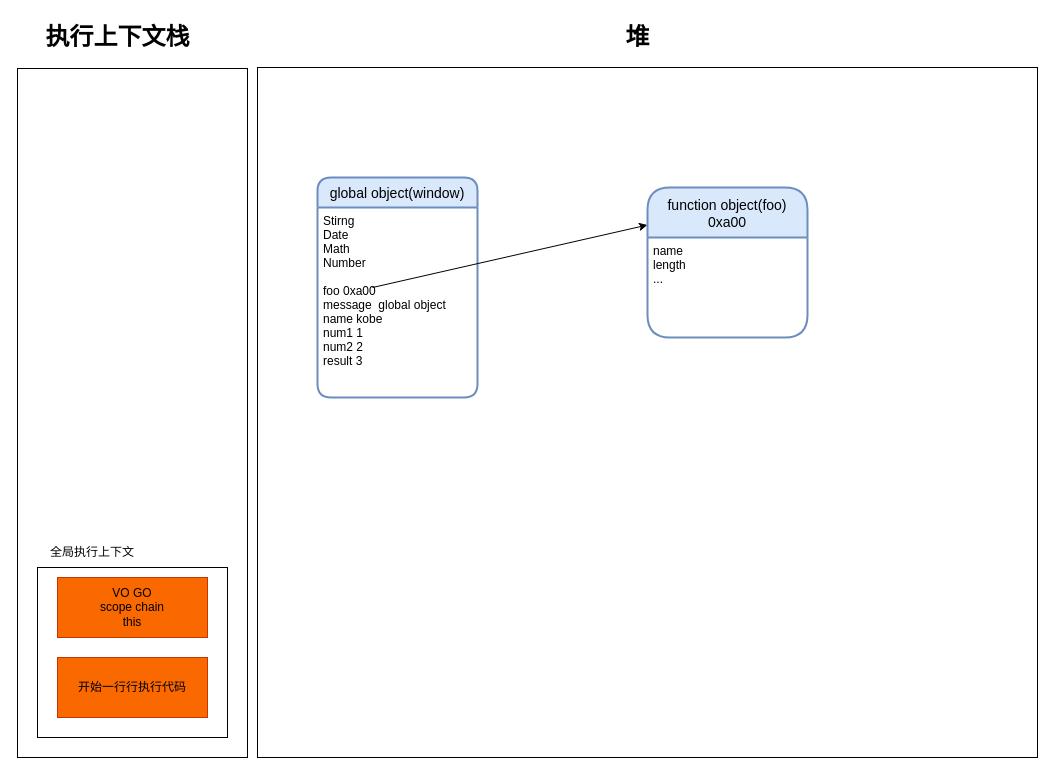
Earlier version of the draw.io diagram page "执行后" (2 of 2) of JavaScript/13_浏览器运行和JS运行原理/drawing/02_函数代码的执行流程.dio (henryzeo/frond-end-study). Source tidied: cells renumbered, new cells numbered last; positions are measured from the earlier drawing's top-left corner, leaving out a move shared by most shapes. Both pictures are drawn from the tidied source at 100%, with x=0, y=0 at pixel (17, 17).
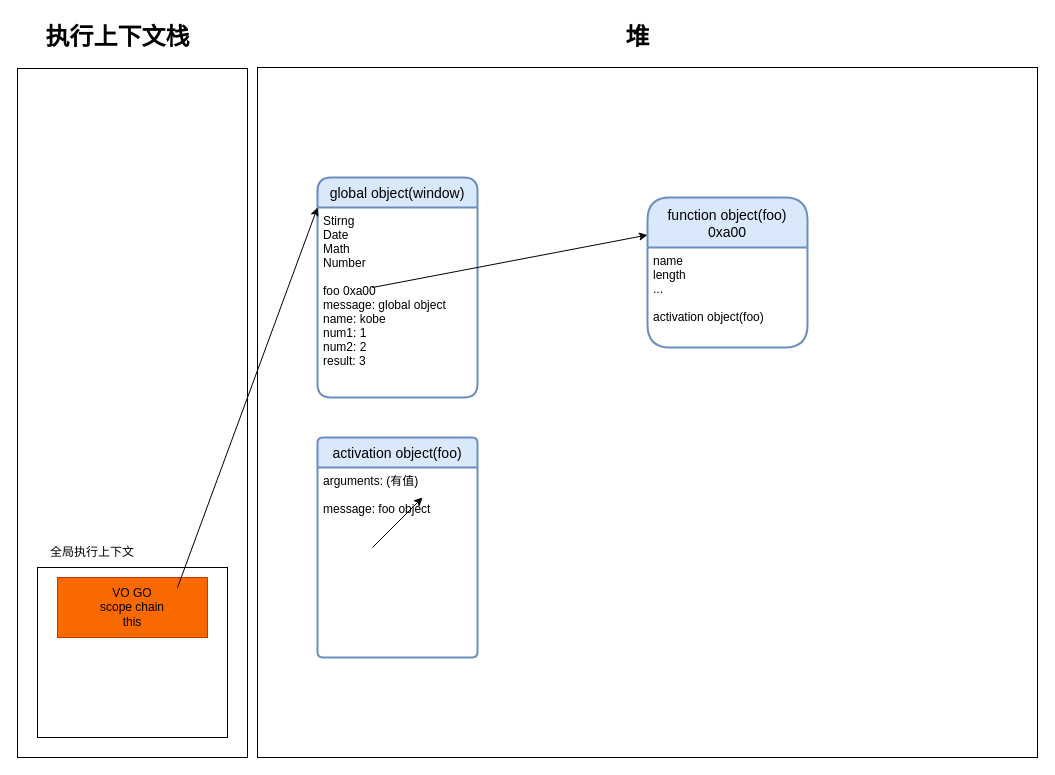
After the change.

What changed in the source:
```diff
@@
-    <mxCell id="0" />
-    <mxCell id="1" parent="0" />
+    <mxCell id="15" />
+    <mxCell id="16" parent="15" />
-    <mxCell id="2" style="rounded=0;whiteSpace=wrap;html=1;" parent="1" vertex="1">
+    <mxCell id="2" style="rounded=0;whiteSpace=wrap;html=1;" parent="16" vertex="1">
       <mxGeometry y="51" width="230" height="689" as="geometry" />
     </mxCell>
-    <mxCell id="3" style="rounded=0;whiteSpace=wrap;html=1;fontStyle=1;" parent="1" vertex="1">
+    <mxCell id="3" style="rounded=0;whiteSpace=wrap;html=1;fontStyle=1;" parent="16" vertex="1">
       <mxGeometry x="240" y="50" width="780" height="690" as="geometry" />
     </mxCell>
-    <mxCell id="4" style="rounded=0;whiteSpace=wrap;html=1;" parent="1" vertex="1">
+    <mxCell id="4" style="rounded=0;whiteSpace=wrap;html=1;" parent="16" vertex="1">
       <mxGeometry x="20" y="550" width="190" height="170" as="geometry" />
     </mxCell>
-    <mxCell id="5" value="global object(window)" style="swimlane;horizontal=1;startSize=30;rounded=1;fontSize=14;fontStyle=0;strokeWidth=2;shadow=0;dashed=0;align=center;fillColor=#dae8fc;strokeColor=#6c8ebf;" parent="1" vertex="1">
+    <mxCell id="5" value="global object(window)" style="swimlane;horizontal=1;startSize=30;rounded=1;fontSize=14;fontStyle=0;strokeWidth=2;shadow=0;dashed=0;align=center;fillColor=#dae8fc;strokeColor=#6c8ebf;" parent="16" vertex="1">
       <mxGeometry x="300" y="160" width="160" height="220" as="geometry" />
     </mxCell>
-    <mxCell id="6" style="endArrow=classic;html=1;entryX=0;entryY=0.25;entryDx=0;entryDy=0;" parent="5" edge="1" target="8">
-      <mxGeometry relative="1" as="geometry">
-        <mxPoint x="55" y="110" as="sourcePoint" />
-      </mxGeometry>
-    </mxCell>
-    <mxCell id="7" value="Stirng&#10;Date&#10;Math&#10;Number&#10;&#10;foo 0xa00&#10;message  global object&#10;name kobe&#10;num1 1&#10;num2 2&#10;result 3" style="align=left;strokeColor=none;fillColor=none;spacingLeft=4;fontSize=12;verticalAlign=top;" parent="5" vertex="1">
-      <mxGeometry y="30" width="160" height="190" as="geometry" />
-    </mxCell>
+    <mxCell id="17" style="endArrow=classic;html=1;entryX=0;entryY=0.25;entryDx=0;entryDy=0;" parent="5" edge="1" target="8">
+      <mxGeometry relative="1" as="geometry">
+        <mxPoint x="55" y="110" as="sourcePoint" />
+      </mxGeometry>
+    </mxCell>
+    <mxCell id="18" value="Stirng&#10;Date&#10;Math&#10;Number&#10;&#10;foo 0xa00&#10;message: global object&#10;name: kobe&#10;num1: 1&#10;num2: 2&#10;result: 3" style="align=left;strokeColor=none;fillColor=none;spacingLeft=4;fontSize=12;verticalAlign=top;" parent="5" vertex="1">
+      <mxGeometry y="30" width="160" height="190" as="geometry" />
+    </mxCell>
-    <mxCell id="8" value="function object(foo)&#10;0xa00" style="swimlane;horizontal=1;startSize=50;rounded=1;fontSize=14;fontStyle=0;strokeWidth=2;shadow=0;dashed=0;align=center;fillColor=#dae8fc;strokeColor=#6c8ebf;" parent="1" vertex="1">
-      <mxGeometry x="630" y="170" width="160" height="150" as="geometry" />
+    <mxCell id="8" value="function object(foo)&#10;0xa00" style="swimlane;horizontal=1;startSize=50;rounded=1;fontSize=14;fontStyle=0;strokeWidth=2;shadow=0;dashed=0;align=center;fillColor=#dae8fc;strokeColor=#6c8ebf;" parent="16" vertex="1">
+      <mxGeometry x="630" y="180" width="160" height="150" as="geometry" />
     </mxCell>
-    <mxCell id="9" value="name&#10;length&#10;..." style="align=left;strokeColor=none;fillColor=none;spacingLeft=4;fontSize=12;verticalAlign=top;" parent="8" vertex="1">
-      <mxGeometry y="50" width="160" height="100" as="geometry" />
-    </mxCell>
+    <mxCell id="19" value="name&#10;length&#10;...&#10;&#10;activation object(foo)" style="align=left;strokeColor=none;fillColor=none;spacingLeft=4;fontSize=12;verticalAlign=top;" parent="8" vertex="1">
+      <mxGeometry y="50" width="160" height="100" as="geometry" />
+    </mxCell>
-    <mxCell id="10" value="执行上下文栈" style="text;strokeColor=none;fillColor=none;html=1;fontSize=24;fontStyle=1;verticalAlign=middle;align=center;" parent="1" vertex="1">
+    <mxCell id="10" value="执行上下文栈" style="text;strokeColor=none;fillColor=none;html=1;fontSize=24;fontStyle=1;verticalAlign=middle;align=center;" parent="16" vertex="1">
       <mxGeometry x="50" width="100" height="40" as="geometry" />
     </mxCell>
-    <mxCell id="11" value="全局执行上下文" style="text;html=1;strokeColor=none;fillColor=none;align=center;verticalAlign=middle;whiteSpace=wrap;rounded=0;" parent="1" vertex="1">
+    <mxCell id="11" value="全局执行上下文" style="text;html=1;strokeColor=none;fillColor=none;align=center;verticalAlign=middle;whiteSpace=wrap;rounded=0;" parent="16" vertex="1">
       <mxGeometry x="20" y="520" width="110" height="30" as="geometry" />
     </mxCell>
-    <mxCell id="12" value="堆" style="text;strokeColor=none;fillColor=none;html=1;fontSize=24;fontStyle=1;verticalAlign=middle;align=center;" parent="1" vertex="1">
+    <mxCell id="12" value="堆" style="text;strokeColor=none;fillColor=none;html=1;fontSize=24;fontStyle=1;verticalAlign=middle;align=center;" parent="16" vertex="1">
       <mxGeometry x="570" width="100" height="40" as="geometry" />
     </mxCell>
-    <mxCell id="13" value="VO GO&lt;br&gt;scope chain&lt;br&gt;this" style="rounded=0;whiteSpace=wrap;html=1;fillColor=#fa6800;strokeColor=#C73500;fontColor=#000000;" parent="1" vertex="1">
+    <mxCell id="13" value="VO GO&lt;br&gt;scope chain&lt;br&gt;this" style="rounded=0;whiteSpace=wrap;html=1;fillColor=#fa6800;strokeColor=#C73500;fontColor=#000000;" parent="16" vertex="1">
       <mxGeometry x="40" y="560" width="150" height="60" as="geometry" />
     </mxCell>
-    <mxCell id="14" value="开始一行行执行代码" style="rounded=0;whiteSpace=wrap;html=1;fillColor=#fa6800;strokeColor=#C73500;fontColor=#000000;" parent="1" vertex="1">
-      <mxGeometry x="40" y="640" width="150" height="60" as="geometry" />
-    </mxCell>
+    <mxCell id="20" style="endArrow=classic;html=1;entryX=0;entryY=0;entryDx=0;entryDy=0;" parent="16" edge="1" target="18">
+      <mxGeometry relative="1" as="geometry">
+        <mxPoint x="160" y="570" as="sourcePoint" />
+      </mxGeometry>
+    </mxCell>
+    <mxCell id="21" value="activation object(foo)" style="swimlane;horizontal=1;startSize=30;rounded=1;fontSize=14;fontStyle=0;strokeWidth=2;shadow=0;dashed=0;align=center;fillColor=#dae8fc;strokeColor=#6c8ebf;arcSize=6;" parent="16" vertex="1">
+      <mxGeometry x="300" y="420" width="160" height="220" as="geometry" />
+    </mxCell>
+    <mxCell id="22" style="endArrow=classic;html=1;entryX=0;entryY=0.25;entryDx=0;entryDy=0;" parent="21" edge="1">
+      <mxGeometry relative="1" as="geometry">
+        <mxPoint x="55" y="110" as="sourcePoint" />
+        <mxPoint x="105" y="60" as="targetPoint" />
+      </mxGeometry>
+    </mxCell>
+    <mxCell id="23" value="arguments: (有值)&#10;&#10;message: foo object" style="align=left;strokeColor=none;fillColor=none;spacingLeft=4;fontSize=12;verticalAlign=top;" parent="21" vertex="1">
+      <mxGeometry y="30" width="160" height="190" as="geometry" />
+    </mxCell>
```
